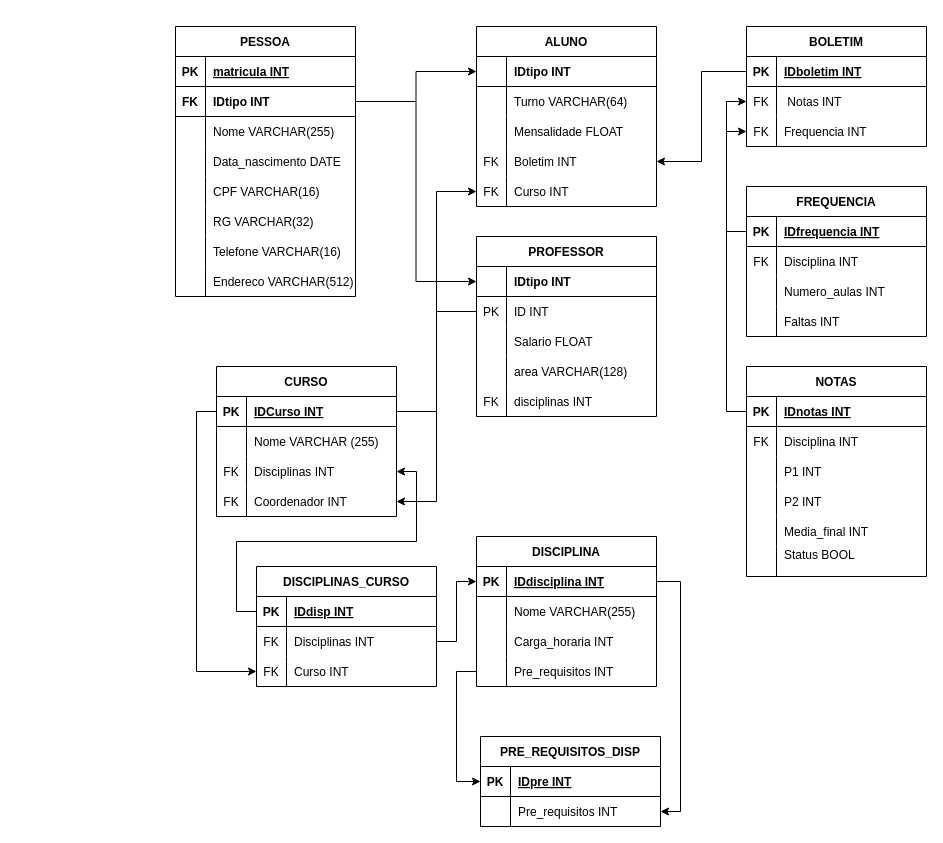
The draw.io diagram diagramas/modelofisico-atividadepresencial.drawio in ana-clara-candida/mdc053, before the edit. Source tidied: cells renumbered, new cells numbered last; positions are measured from the earlier drawing's top-left corner, leaving out a move shared by most shapes. Both pictures are drawn from the tidied source at 100%, with x=0, y=0 at pixel (175, 26).
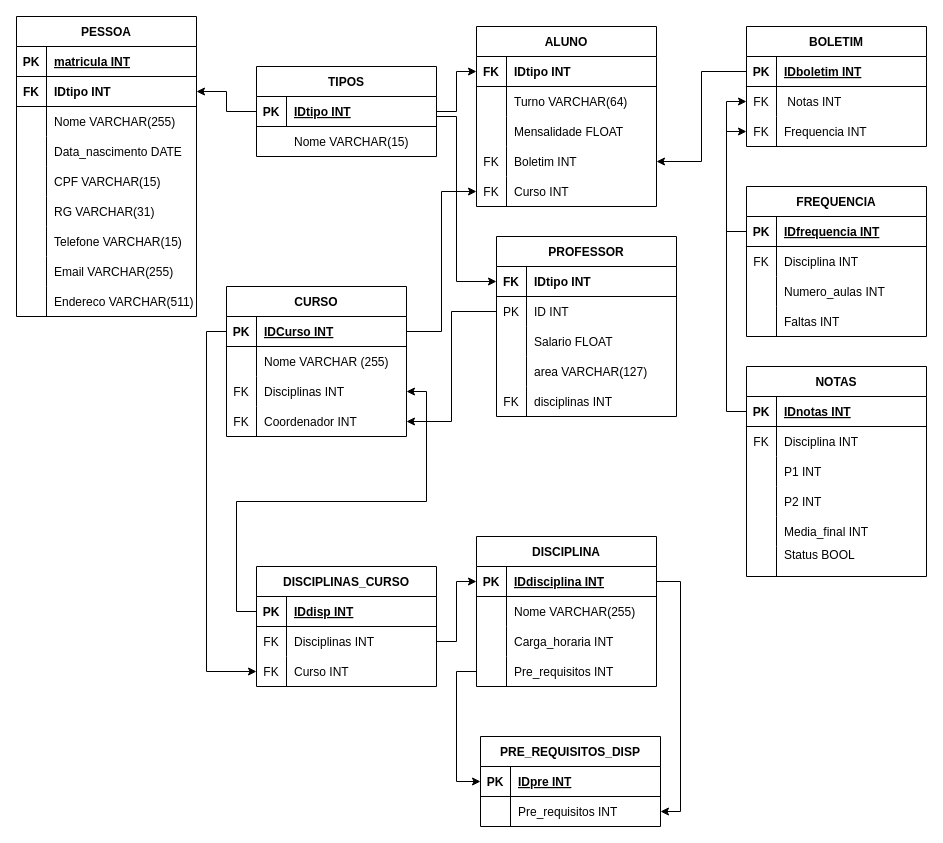
Above is the later version.

The change refers to these unchanged cells:
```xml
<mxCell id="6" style="shape=tableRow;horizontal=0;startSize=0;swimlaneHead=0;swimlaneBody=0;fillColor=none;points=[[0,0.5],[1,0.5]];portConstraint=eastwest;top=0;left=0;right=0;bottom=1;" parent="2" vertex="1">
  <mxGeometry y="60" width="180" height="30" as="geometry" />
</mxCell>
<mxCell id="15" style="shape=tableRow;horizontal=0;startSize=0;swimlaneHead=0;swimlaneBody=0;fillColor=none;top=0;left=0;right=0;bottom=0;" parent="2" vertex="1">
  <mxGeometry y="150" width="180" height="30" as="geometry" />
</mxCell>
<mxCell id="18" style="shape=tableRow;horizontal=0;startSize=0;swimlaneHead=0;swimlaneBody=0;fillColor=none;top=0;left=0;right=0;bottom=0;" parent="2" vertex="1">
  <mxGeometry y="180" width="180" height="30" as="geometry" />
</mxCell>
<mxCell id="21" style="shape=tableRow;horizontal=0;startSize=0;swimlaneHead=0;swimlaneBody=0;fillColor=none;top=0;left=0;right=0;bottom=0;" parent="2" vertex="1">
  <mxGeometry y="210" width="180" height="30" as="geometry" />
</mxCell>
<mxCell id="28" style="shape=tableRow;horizontal=0;startSize=0;swimlaneHead=0;swimlaneBody=0;fillColor=none;points=[[0,0.5],[1,0.5]];portConstraint=eastwest;top=0;left=0;right=0;bottom=1;" parent="27" vertex="1">
  <mxGeometry y="30" width="180" height="30" as="geometry" />
</mxCell>
<mxCell id="44" style="shape=tableRow;horizontal=0;startSize=0;swimlaneHead=0;swimlaneBody=0;fillColor=none;points=[[0,0.5],[1,0.5]];portConstraint=eastwest;top=0;left=0;right=0;bottom=1;" parent="43" vertex="1">
  <mxGeometry y="30" width="180" height="30" as="geometry" />
</mxCell>
<mxCell id="53" style="shape=tableRow;horizontal=0;startSize=0;swimlaneHead=0;swimlaneBody=0;fillColor=none;top=0;left=0;right=0;bottom=0;" parent="43" vertex="1">
  <mxGeometry y="120" width="180" height="30" as="geometry" />
</mxCell>
```

What changed in the source:
```diff
@@
     <mxCell id="2" value="PESSOA" style="shape=table;startSize=30;childLayout=tableLayout;rowLines=0;fontStyle=1;align=center;" parent="1" vertex="1">
-      <mxGeometry width="180" height="270" as="geometry" />
+      <mxGeometry x="-159" y="-10" width="180" height="300" as="geometry" />
     </mxCell>
@@
-    <mxCell id="17" value="CPF VARCHAR(16)" style="shape=partialRectangle;fillColor=none;top=0;left=0;bottom=0;right=0;align=left;spacingLeft=6;overflow=hidden;" parent="15" vertex="1">
+    <mxCell id="17" value="CPF VARCHAR(15)" style="shape=partialRectangle;fillColor=none;top=0;left=0;bottom=0;right=0;align=left;spacingLeft=6;overflow=hidden;" parent="15" vertex="1">
       <mxGeometry x="30" width="150" height="30" as="geometry" />
     </mxCell>
@@
-    <mxCell id="20" value="RG VARCHAR(32)" style="shape=partialRectangle;fillColor=none;top=0;left=0;bottom=0;right=0;align=left;spacingLeft=6;overflow=hidden;" parent="18" vertex="1">
+    <mxCell id="20" value="RG VARCHAR(31)" style="shape=partialRectangle;fillColor=none;top=0;left=0;bottom=0;right=0;align=left;spacingLeft=6;overflow=hidden;" parent="18" vertex="1">
       <mxGeometry x="30" width="150" height="30" as="geometry" />
     </mxCell>
@@
-    <mxCell id="23" value="Telefone VARCHAR(16)" style="shape=partialRectangle;fillColor=none;top=0;left=0;bottom=0;right=0;align=left;spacingLeft=6;overflow=hidden;" parent="21" vertex="1">
+    <mxCell id="23" value="Telefone VARCHAR(15)" style="shape=partialRectangle;fillColor=none;top=0;left=0;bottom=0;right=0;align=left;spacingLeft=6;overflow=hidden;" parent="21" vertex="1">
       <mxGeometry x="30" width="150" height="30" as="geometry" />
     </mxCell>
+    <mxCell id="156" style="shape=tableRow;horizontal=0;startSize=0;swimlaneHead=0;swimlaneBody=0;fillColor=none;top=0;left=0;right=0;bottom=0;" parent="2" vertex="1">
+      <mxGeometry y="240" width="180" height="30" as="geometry" />
+    </mxCell>
+    <mxCell id="157" style="shape=partialRectangle;fillColor=none;top=0;left=0;bottom=0;right=0;overflow=hidden;" parent="156" vertex="1">
+      <mxGeometry width="30" height="30" as="geometry" />
+    </mxCell>
+    <mxCell id="158" value="Email VARCHAR(255)" style="shape=partialRectangle;fillColor=none;top=0;left=0;bottom=0;right=0;align=left;spacingLeft=6;overflow=hidden;" parent="156" vertex="1">
+      <mxGeometry x="30" width="150" height="30" as="geometry" />
+    </mxCell>
     <mxCell id="24" style="shape=tableRow;horizontal=0;startSize=0;swimlaneHead=0;swimlaneBody=0;fillColor=none;top=0;left=0;right=0;bottom=0;" parent="2" vertex="1">
-      <mxGeometry y="240" width="180" height="30" as="geometry" />
+      <mxGeometry y="270" width="180" height="30" as="geometry" />
     </mxCell>
@@
-    <mxCell id="26" value="Endereco VARCHAR(512)" style="shape=partialRectangle;fillColor=none;top=0;left=0;bottom=0;right=0;align=left;spacingLeft=6;overflow=hidden;" parent="24" vertex="1">
+    <mxCell id="26" value="Endereco VARCHAR(511)" style="shape=partialRectangle;fillColor=none;top=0;left=0;bottom=0;right=0;align=left;spacingLeft=6;overflow=hidden;" parent="24" vertex="1">
       <mxGeometry x="30" width="150" height="30" as="geometry" />
     </mxCell>
@@
-    <mxCell id="29" style="shape=partialRectangle;fillColor=none;top=0;left=0;bottom=0;right=0;fontStyle=1;overflow=hidden;" parent="28" vertex="1">
+    <mxCell id="29" value="FK" style="shape=partialRectangle;fillColor=none;top=0;left=0;bottom=0;right=0;fontStyle=1;overflow=hidden;" parent="28" vertex="1">
       <mxGeometry width="30" height="30" as="geometry" />
     </mxCell>
@@
     <mxCell id="43" value="PROFESSOR" style="shape=table;startSize=30;childLayout=tableLayout;rowLines=0;fontStyle=1;align=center;" parent="1" vertex="1">
-      <mxGeometry x="301" y="210" width="180" height="180" as="geometry" />
+      <mxGeometry x="321" y="210" width="180" height="180" as="geometry" />
     </mxCell>
@@
-    <mxCell id="45" style="shape=partialRectangle;fillColor=none;top=0;left=0;bottom=0;right=0;fontStyle=1;overflow=hidden;" parent="44" vertex="1">
+    <mxCell id="45" value="FK" style="shape=partialRectangle;fillColor=none;top=0;left=0;bottom=0;right=0;fontStyle=1;overflow=hidden;" parent="44" vertex="1">
       <mxGeometry width="30" height="30" as="geometry" />
     </mxCell>
@@
-    <mxCell id="55" value="area VARCHAR(128)" style="shape=partialRectangle;fillColor=none;top=0;left=0;bottom=0;right=0;align=left;spacingLeft=6;overflow=hidden;" parent="53" vertex="1">
+    <mxCell id="55" value="area VARCHAR(127)" style="shape=partialRectangle;fillColor=none;top=0;left=0;bottom=0;right=0;align=left;spacingLeft=6;overflow=hidden;" parent="53" vertex="1">
       <mxGeometry x="30" width="150" height="30" as="geometry" />
     </mxCell>
@@
-    <mxCell id="104" style="edgeStyle=orthogonalEdgeStyle;rounded=0;jettySize=auto;html=1;entryX=0;entryY=0.5;entryDx=0;entryDy=0;" parent="1" edge="1" source="6" target="28">
-      <mxGeometry relative="1" as="geometry" />
-    </mxCell>
-    <mxCell id="105" style="edgeStyle=orthogonalEdgeStyle;rounded=0;jettySize=auto;html=1;entryX=0;entryY=0.5;entryDx=0;entryDy=0;" parent="1" edge="1" source="6" target="44">
-      <mxGeometry relative="1" as="geometry" />
-    </mxCell>
     <mxCell id="106" value="CURSO" style="shape=table;startSize=30;childLayout=tableLayout;rowLines=0;fontStyle=1;align=center;" parent="1" vertex="1">
-      <mxGeometry x="41" y="340" width="180" height="150" as="geometry" />
+      <mxGeometry x="51" y="260" width="180" height="150" as="geometry" />
     </mxCell>
@@
+    <mxCell id="159" value="TIPOS" style="shape=table;startSize=30;childLayout=tableLayout;rowLines=0;fontStyle=1;align=center;" parent="1" vertex="1">
+      <mxGeometry x="81" y="40" width="180" height="90" as="geometry" />
+    </mxCell>
+    <mxCell id="160" style="shape=tableRow;horizontal=0;startSize=0;swimlaneHead=0;swimlaneBody=0;fillColor=none;points=[[0,0.5],[1,0.5]];portConstraint=eastwest;top=0;left=0;right=0;bottom=1;" parent="159" vertex="1">
+      <mxGeometry y="30" width="180" height="30" as="geometry" />
+    </mxCell>
+    <mxCell id="161" value="PK" style="shape=partialRectangle;fillColor=none;top=0;left=0;bottom=0;right=0;fontStyle=1;overflow=hidden;" parent="160" vertex="1">
+      <mxGeometry width="30" height="30" as="geometry" />
+    </mxCell>
+    <mxCell id="162" value="IDtipo INT" style="shape=partialRectangle;fillColor=none;top=0;left=0;bottom=0;right=0;align=left;spacingLeft=6;fontStyle=5;overflow=hidden;" parent="160" vertex="1">
+      <mxGeometry x="30" width="150" height="30" as="geometry" />
+    </mxCell>
+    <mxCell id="163" style="edgeStyle=orthogonalEdgeStyle;rounded=0;jettySize=auto;html=1;startArrow=classic;startFill=1;endArrow=none;endFill=0;" parent="1" edge="1" source="6" target="160">
+      <mxGeometry relative="1" as="geometry" />
+    </mxCell>
+    <mxCell id="164" style="edgeStyle=orthogonalEdgeStyle;rounded=0;jettySize=auto;html=1;entryX=1;entryY=0.5;entryDx=0;entryDy=0;startArrow=classic;startFill=1;endArrow=none;endFill=0;" parent="1" edge="1" source="28" target="160">
+      <mxGeometry relative="1" as="geometry" />
+    </mxCell>
+    <mxCell id="165" style="edgeStyle=orthogonalEdgeStyle;rounded=0;jettySize=auto;html=1;startArrow=classic;startFill=1;endArrow=none;endFill=0;" parent="1" edge="1" source="44">
+      <mxGeometry relative="1" as="geometry">
+        <mxPoint x="261" y="90" as="targetPoint" />
+        <Array as="points">
+          <mxPoint x="281" y="255" />
+          <mxPoint x="281" y="90" />
+        </Array>
+      </mxGeometry>
+    </mxCell>
+    <mxCell id="166" value="Nome VARCHAR(15)" style="shape=partialRectangle;fillColor=none;top=0;left=0;bottom=0;right=0;align=left;spacingLeft=6;overflow=hidden;" parent="1" vertex="1">
+      <mxGeometry x="111" y="100" width="150" height="30" as="geometry" />
+    </mxCell>
```
